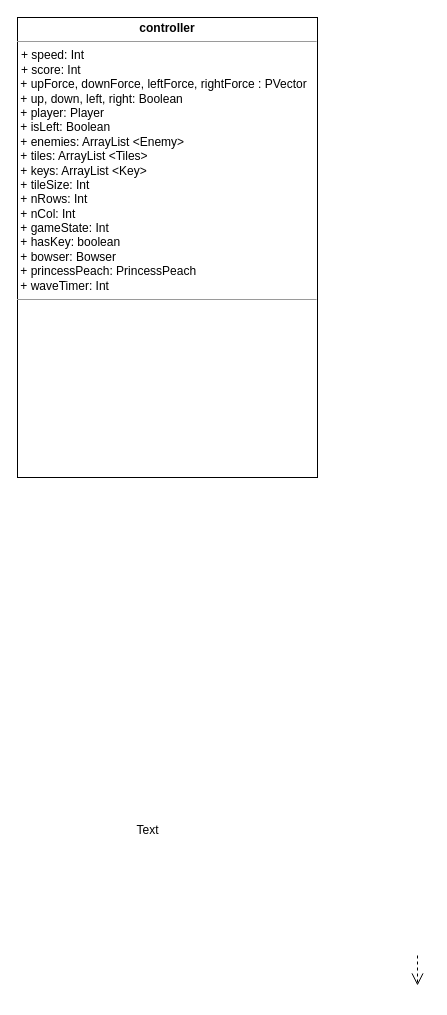
This is Untitled Diagram.drawio from harjotsk03/wireframeTest, a draw.io file, before an edit. Source tidied: cells renumbered, new cells numbered last; positions are measured from the earlier drawing's top-left corner, leaving out a move shared by most shapes. Both pictures are drawn from the tidied source at 100%, with x=0, y=0 at pixel (17, 17).
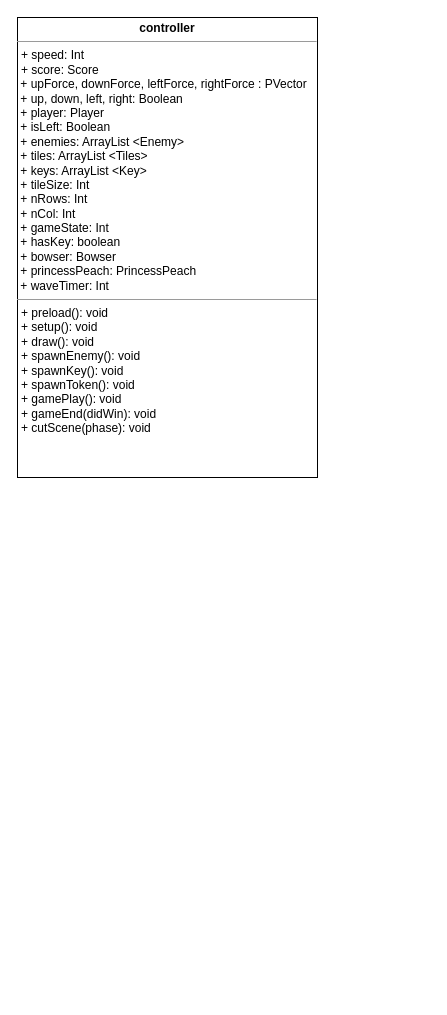
After the change.

Diff of the diagram source:
```diff
@@
 <mxGraphModel>
   <root>
     <mxCell id="0" />
     <mxCell id="1" parent="0" />
-    <mxCell id="2" style="edgeStyle=orthogonalEdgeStyle;rounded=0;html=1;dashed=1;labelBackgroundColor=none;startFill=0;endArrow=open;endFill=0;endSize=10;fontFamily=Verdana;fontSize=10;" parent="1" edge="1">
-      <mxGeometry relative="1" as="geometry">
-        <mxPoint x="400" y="938" as="sourcePoint" />
-        <mxPoint x="400" y="968" as="targetPoint" />
-      </mxGeometry>
-    </mxCell>
-    <mxCell id="3" value="&lt;p style=&quot;margin:0px;margin-top:4px;text-align:center;&quot;&gt;&lt;b&gt;controller&lt;/b&gt;&lt;/p&gt;&lt;hr size=&quot;1&quot;&gt;&lt;p style=&quot;margin:0px;margin-left:4px;&quot;&gt;+ speed: Int&lt;br&gt;+ score: Int&lt;/p&gt;&amp;nbsp;+ upForce, downForce, leftForce, rightForce : PVector&lt;div&gt;&amp;nbsp;+ up, down, left, right: Boolean&lt;/div&gt;&lt;div&gt;&amp;nbsp;+ player: Player&lt;/div&gt;&lt;div&gt;&amp;nbsp;+ isLeft: Boolean&lt;/div&gt;&lt;div&gt;&amp;nbsp;&lt;span style=&quot;background-color: initial;&quot;&gt;+ enemies: ArrayList &amp;lt;Enemy&amp;gt;&lt;/span&gt;&lt;/div&gt;&lt;div&gt;&amp;nbsp;+ tiles: ArrayList &amp;lt;Tiles&amp;gt;&lt;span style=&quot;background-color: initial;&quot;&gt;&lt;br&gt;&lt;/span&gt;&lt;/div&gt;&lt;div&gt;&amp;nbsp;+ keys: ArrayList &amp;lt;Key&amp;gt;&lt;br&gt;&lt;/div&gt;&lt;div&gt;&amp;nbsp;+ tileSize: Int&lt;br&gt;&lt;/div&gt;&lt;div&gt;&amp;nbsp;+ nRows: Int&lt;/div&gt;&lt;div&gt;&amp;nbsp;+ nCol: Int&lt;/div&gt;&lt;div&gt;&amp;nbsp;+ gameState: Int&lt;/div&gt;&lt;div&gt;&amp;nbsp;+ hasKey: boolean&lt;/div&gt;&lt;div&gt;&amp;nbsp;+ bowser: Bowser&lt;/div&gt;&lt;div&gt;&amp;nbsp;+ princessPeach: PrincessPeach&lt;/div&gt;&lt;div&gt;&amp;nbsp;+ waveTimer: Int&lt;/div&gt;&lt;div&gt;&lt;hr size=&quot;1&quot;&gt;&lt;p style=&quot;margin:0px;margin-left:4px;&quot;&gt;&lt;br&gt;&lt;/p&gt;&lt;/div&gt;" style="verticalAlign=top;align=left;overflow=fill;fontSize=12;fontFamily=Helvetica;html=1;rounded=0;shadow=0;comic=0;labelBackgroundColor=none;strokeWidth=1;" parent="1" vertex="1">
+    <mxCell id="3" value="&lt;p style=&quot;margin:0px;margin-top:4px;text-align:center;&quot;&gt;&lt;b&gt;controller&lt;/b&gt;&lt;/p&gt;&lt;hr size=&quot;1&quot;&gt;&lt;p style=&quot;margin:0px;margin-left:4px;&quot;&gt;+ speed: Int&lt;br&gt;+ score: Score&lt;/p&gt;&amp;nbsp;+ upForce, downForce, leftForce, rightForce : PVector&lt;div&gt;&amp;nbsp;+ up, down, left, right: Boolean&lt;/div&gt;&lt;div&gt;&amp;nbsp;+ player: Player&lt;/div&gt;&lt;div&gt;&amp;nbsp;+ isLeft: Boolean&lt;/div&gt;&lt;div&gt;&amp;nbsp;&lt;span style=&quot;background-color: initial;&quot;&gt;+ enemies: ArrayList &amp;lt;Enemy&amp;gt;&lt;/span&gt;&lt;/div&gt;&lt;div&gt;&amp;nbsp;+ tiles: ArrayList &amp;lt;Tiles&amp;gt;&lt;span style=&quot;background-color: initial;&quot;&gt;&lt;br&gt;&lt;/span&gt;&lt;/div&gt;&lt;div&gt;&amp;nbsp;+ keys: ArrayList &amp;lt;Key&amp;gt;&lt;br&gt;&lt;/div&gt;&lt;div&gt;&amp;nbsp;+ tileSize: Int&lt;br&gt;&lt;/div&gt;&lt;div&gt;&amp;nbsp;+ nRows: Int&lt;/div&gt;&lt;div&gt;&amp;nbsp;+ nCol: Int&lt;/div&gt;&lt;div&gt;&amp;nbsp;+ gameState: Int&lt;/div&gt;&lt;div&gt;&amp;nbsp;+ hasKey: boolean&lt;/div&gt;&lt;div&gt;&amp;nbsp;+ bowser: Bowser&lt;/div&gt;&lt;div&gt;&amp;nbsp;+ princessPeach: PrincessPeach&lt;/div&gt;&lt;div&gt;&amp;nbsp;+ waveTimer: Int&lt;/div&gt;&lt;div&gt;&lt;hr size=&quot;1&quot;&gt;&lt;p style=&quot;margin:0px;margin-left:4px;&quot;&gt;+ preload(): void&lt;/p&gt;&lt;p style=&quot;margin:0px;margin-left:4px;&quot;&gt;+ setup(): void&lt;/p&gt;&lt;p style=&quot;margin:0px;margin-left:4px;&quot;&gt;+ draw(): void&lt;/p&gt;&lt;p style=&quot;margin:0px;margin-left:4px;&quot;&gt;+ spawnEnemy(): void&lt;/p&gt;&lt;p style=&quot;margin:0px;margin-left:4px;&quot;&gt;+ spawnKey(): void&lt;/p&gt;&lt;p style=&quot;margin:0px;margin-left:4px;&quot;&gt;+ spawnToken(): void&lt;/p&gt;&lt;p style=&quot;margin:0px;margin-left:4px;&quot;&gt;+ gamePlay(): void&lt;/p&gt;&lt;p style=&quot;margin:0px;margin-left:4px;&quot;&gt;+ gameEnd(didWin): void&lt;/p&gt;&lt;p style=&quot;margin:0px;margin-left:4px;&quot;&gt;+ cutScene(phase): void&lt;/p&gt;&lt;p style=&quot;margin:0px;margin-left:4px;&quot;&gt;&lt;br&gt;&lt;/p&gt;&lt;/div&gt;" style="verticalAlign=top;align=left;overflow=fill;fontSize=12;fontFamily=Helvetica;html=1;rounded=0;shadow=0;comic=0;labelBackgroundColor=none;strokeWidth=1;" parent="1" vertex="1">
       <mxGeometry width="300" height="460" as="geometry" />
     </mxCell>
-    <mxCell id="4" value="Text" style="text;html=1;align=center;verticalAlign=middle;strokeColor=none;fillColor=none;" parent="1" vertex="1">
-      <mxGeometry x="105" y="798" width="50" height="30" as="geometry" />
-    </mxCell>
   </root>
 </mxGraphModel>
```
